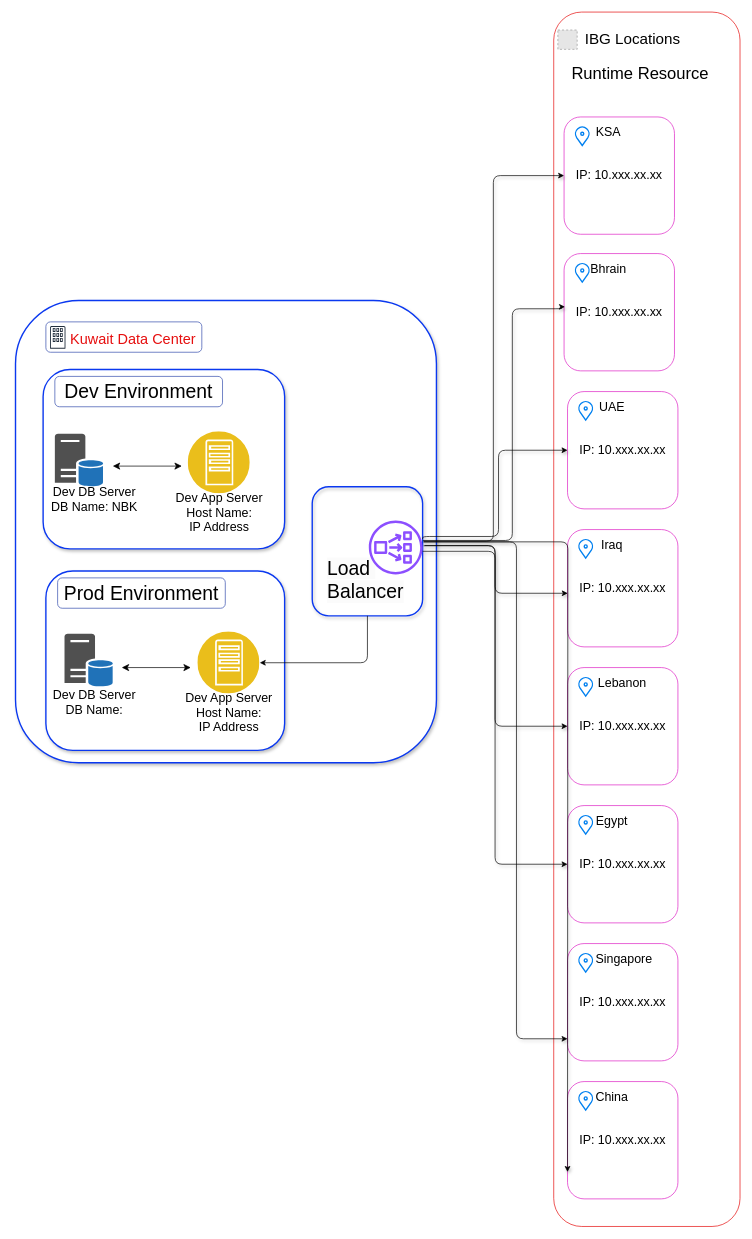
kumarpichandi05/Selenium keeps this draw.io diagram as Untitled Diagram.drawio. Above is the earlier version. Source tidied: cells renumbered, new cells numbered last; positions are measured from the earlier drawing's top-left corner, leaving out a move shared by most shapes. Both pictures are drawn from the tidied source at 69%, with x=0, y=0 at pixel (15, 12). Pictures stored in the file or linked from it are replaced by grey dashed boxes.
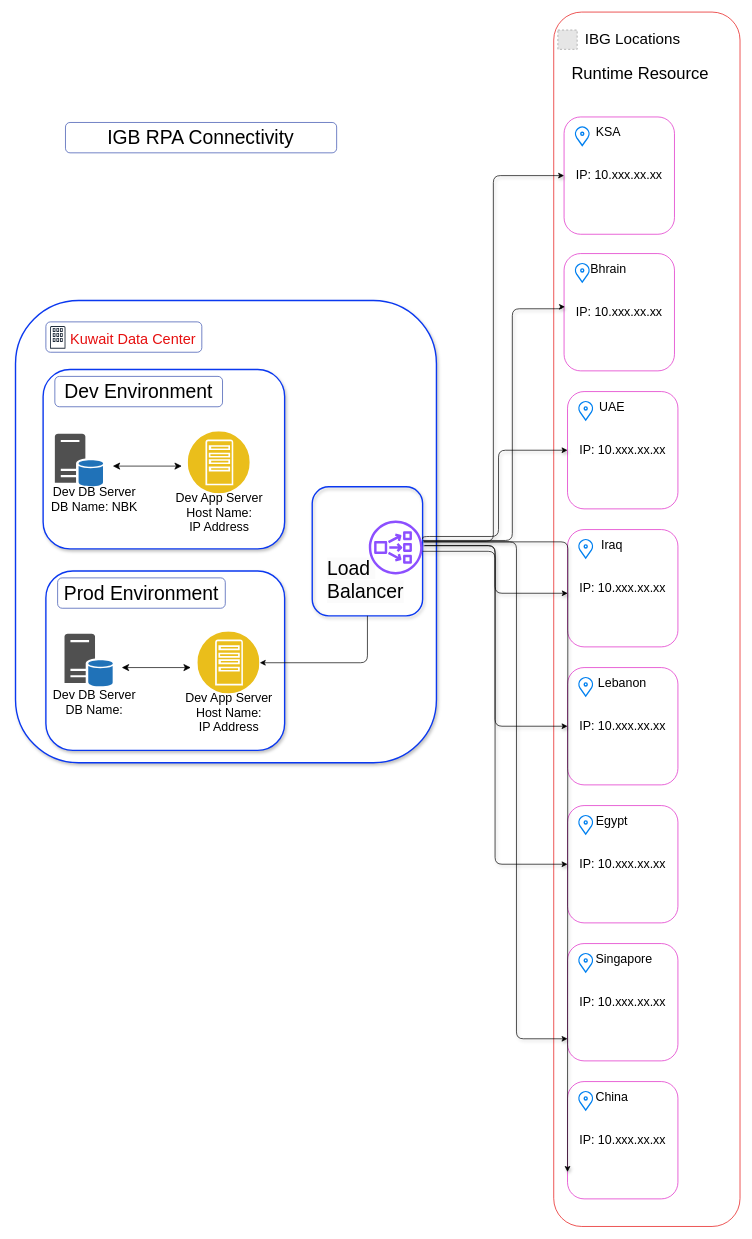
Above is the later version.

Commit message:
IGB Network Digram.drawio

Diff of the diagram source:
```diff
@@
+    <mxCell id="69" value="&lt;font style=&quot;font-size: 28px;&quot;&gt;IGB RPA Connectivity&lt;/font&gt;" style="whiteSpace=wrap;html=1;fillColor=none;rounded=1;strokeColor=light-dark(#344cad, #ededed);" parent="1" vertex="1">
+      <mxGeometry x="72.4" y="160" width="393" height="44" as="geometry" />
+    </mxCell>
```
